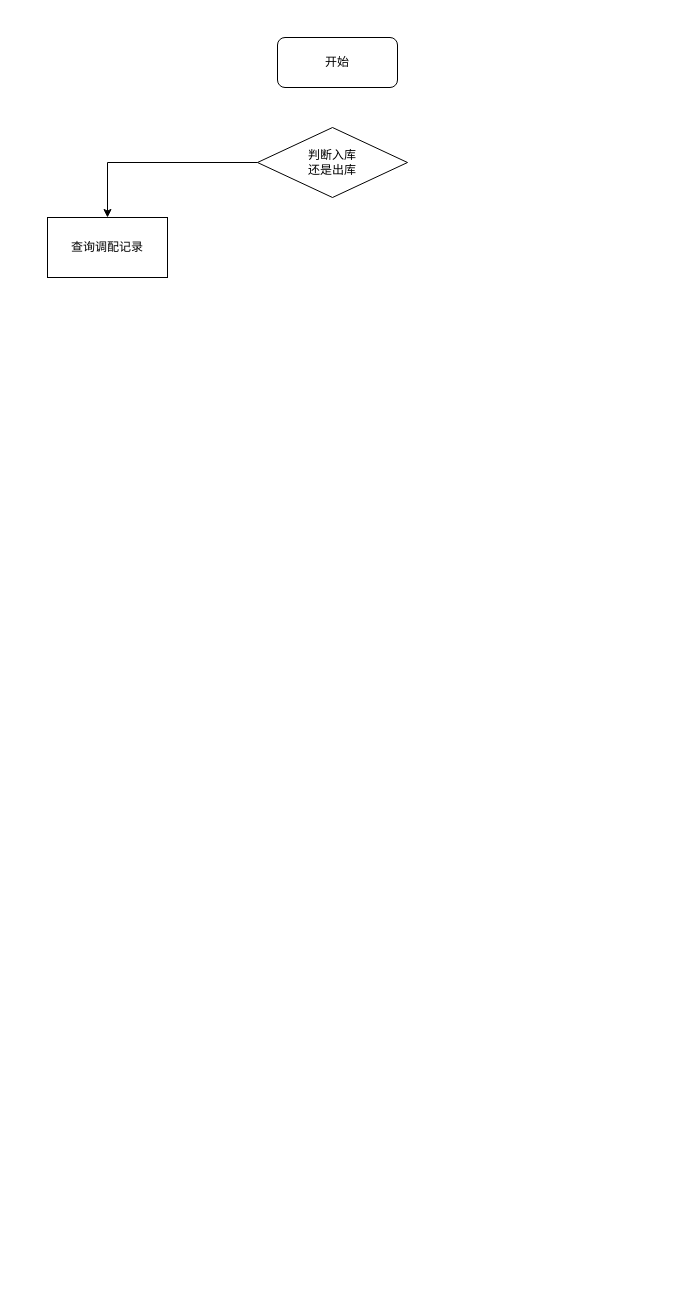
Above: 物品出入库.drawio in messi122/picture (draw.io), before the change. Source tidied: cells renumbered, new cells numbered last; positions are measured from the earlier drawing's top-left corner, leaving out a move shared by most shapes. Both pictures are drawn from the tidied source at 100%, with x=0, y=0 at pixel (47, 37).
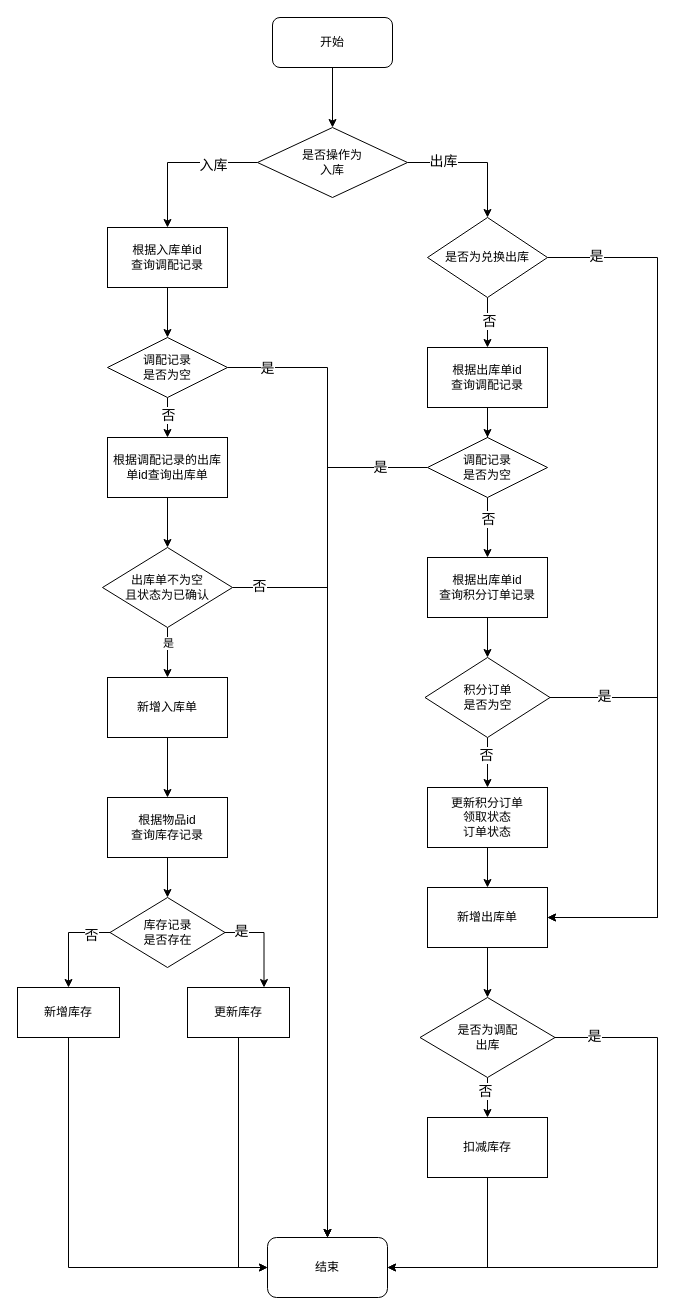
The same diagram, later.

Commit message (it also covers changes not shown here):
更新物品出入库.drawio

Unchanged cells that the change refers to:
```xml
<mxCell id="3" style="edgeStyle=orthogonalEdgeStyle;rounded=0;jettySize=auto;html=1;exitX=0;exitY=0.5;exitDx=0;exitDy=0;entryX=0.5;entryY=0;entryDx=0;entryDy=0;" parent="1" edge="1" source="4" target="5">
  <mxGeometry relative="1" as="geometry" />
</mxCell>
```

The edit, as a diff of the source:
```diff
@@
+    <mxCell id="6" style="edgeStyle=orthogonalEdgeStyle;rounded=0;jettySize=auto;html=1;" parent="1" edge="1" source="2" target="4">
+      <mxGeometry relative="1" as="geometry" />
+    </mxCell>
     <mxCell id="2" value="开始" style="rounded=1;whiteSpace=wrap;html=1;" parent="1" vertex="1">
-      <mxGeometry x="230" width="120" height="50" as="geometry" />
+      <mxGeometry x="225" y="-20" width="120" height="50" as="geometry" />
     </mxCell>
@@
+    <mxCell id="7" value="入库" style="edgeLabel;html=1;align=center;verticalAlign=middle;fontSize=14;" parent="3" vertex="1">
+      <mxGeometry x="-0.42" y="2" relative="1" as="geometry" />
+    </mxCell>
+    <mxCell id="8" style="edgeStyle=orthogonalEdgeStyle;rounded=0;jettySize=auto;html=1;exitX=1;exitY=0.5;exitDx=0;exitDy=0;entryX=0.5;entryY=0;entryDx=0;entryDy=0;" parent="1" edge="1" source="4" target="33">
+      <mxGeometry relative="1" as="geometry" />
+    </mxCell>
+    <mxCell id="9" value="出库" style="edgeLabel;html=1;align=center;verticalAlign=middle;fontSize=14;" parent="8" vertex="1">
+      <mxGeometry x="-0.48" y="2" relative="1" as="geometry" />
+    </mxCell>
-    <mxCell id="4" value="判断入库&lt;div&gt;还是出库&lt;/div&gt;" style="rhombus;whiteSpace=wrap;html=1;" parent="1" vertex="1">
+    <mxCell id="4" value="是否操作为&lt;div&gt;入库&lt;/div&gt;" style="rhombus;whiteSpace=wrap;html=1;" parent="1" vertex="1">
       <mxGeometry x="210" y="90" width="150" height="70" as="geometry" />
     </mxCell>
+    <mxCell id="10" style="edgeStyle=orthogonalEdgeStyle;rounded=0;jettySize=auto;html=1;" parent="1" edge="1" source="5" target="17">
+      <mxGeometry relative="1" as="geometry" />
+    </mxCell>
-    <mxCell id="5" value="查询调配记录" style="rounded=0;whiteSpace=wrap;html=1;" parent="1" vertex="1">
-      <mxGeometry y="180" width="120" height="60" as="geometry" />
+    <mxCell id="5" value="根据入库单id&lt;div&gt;查询调配记录&lt;/div&gt;" style="rounded=0;whiteSpace=wrap;html=1;" parent="1" vertex="1">
+      <mxGeometry x="60" y="190" width="120" height="60" as="geometry" />
     </mxCell>
+    <mxCell id="11" style="edgeStyle=orthogonalEdgeStyle;rounded=0;jettySize=auto;html=1;" parent="1" edge="1" source="67">
+      <mxGeometry relative="1" as="geometry">
+        <mxPoint x="440" y="420" as="targetPoint" />
+      </mxGeometry>
+    </mxCell>
+    <mxCell id="12" value="根据出库单id&lt;div&gt;查询调配记录&lt;/div&gt;" style="rounded=0;whiteSpace=wrap;html=1;" parent="1" vertex="1">
+      <mxGeometry x="380" y="310" width="120" height="60" as="geometry" />
+    </mxCell>
+    <mxCell id="13" style="edgeStyle=orthogonalEdgeStyle;rounded=0;jettySize=auto;html=1;" parent="1" edge="1" source="17" target="19">
+      <mxGeometry relative="1" as="geometry" />
+    </mxCell>
+    <mxCell id="14" value="否" style="edgeLabel;html=1;align=center;verticalAlign=middle;fontSize=14;" parent="13" vertex="1">
+      <mxGeometry x="-0.15" relative="1" as="geometry" />
+    </mxCell>
+    <mxCell id="15" style="edgeStyle=orthogonalEdgeStyle;rounded=0;jettySize=auto;html=1;exitX=1;exitY=0.5;exitDx=0;exitDy=0;entryX=0.5;entryY=0;entryDx=0;entryDy=0;" parent="1" edge="1" source="17" target="58">
+      <mxGeometry relative="1" as="geometry" />
+    </mxCell>
+    <mxCell id="16" value="是" style="edgeLabel;html=1;align=center;verticalAlign=middle;fontSize=14;" parent="15" vertex="1">
+      <mxGeometry x="-0.92" relative="1" as="geometry" />
+    </mxCell>
+    <mxCell id="17" value="调配记录&lt;div&gt;是否为空&lt;/div&gt;" style="rhombus;whiteSpace=wrap;html=1;" parent="1" vertex="1">
+      <mxGeometry x="60" y="300" width="120" height="60" as="geometry" />
+    </mxCell>
+    <mxCell id="18" style="edgeStyle=orthogonalEdgeStyle;rounded=0;jettySize=auto;html=1;" parent="1" edge="1" source="19" target="24">
+      <mxGeometry relative="1" as="geometry" />
+    </mxCell>
+    <mxCell id="19" value="根据调配记录的出库单id查询出库单" style="rounded=0;whiteSpace=wrap;html=1;" parent="1" vertex="1">
+      <mxGeometry x="60" y="400" width="120" height="60" as="geometry" />
+    </mxCell>
+    <mxCell id="20" style="edgeStyle=orthogonalEdgeStyle;rounded=0;jettySize=auto;html=1;" parent="1" edge="1" source="24" target="44">
+      <mxGeometry relative="1" as="geometry" />
+    </mxCell>
+    <mxCell id="21" value="是" style="edgeLabel;html=1;align=center;verticalAlign=middle;" parent="20" vertex="1">
+      <mxGeometry x="-0.4" relative="1" as="geometry" />
+    </mxCell>
+    <mxCell id="22" style="edgeStyle=orthogonalEdgeStyle;rounded=0;jettySize=auto;html=1;exitX=1;exitY=0.5;exitDx=0;exitDy=0;entryX=0.5;entryY=0;entryDx=0;entryDy=0;" parent="1" edge="1" source="24" target="58">
+      <mxGeometry relative="1" as="geometry" />
+    </mxCell>
+    <mxCell id="23" value="否" style="edgeLabel;html=1;align=center;verticalAlign=middle;fontSize=14;" parent="22" vertex="1">
+      <mxGeometry x="-0.93" y="2" relative="1" as="geometry" />
+    </mxCell>
+    <mxCell id="24" value="出库单不为空&lt;div&gt;且状态为已确认&lt;/div&gt;" style="rhombus;whiteSpace=wrap;html=1;" parent="1" vertex="1">
+      <mxGeometry x="55" y="510" width="130" height="80" as="geometry" />
+    </mxCell>
+    <mxCell id="25" style="edgeStyle=orthogonalEdgeStyle;rounded=0;jettySize=auto;html=1;" parent="1" edge="1" source="67" target="35">
+      <mxGeometry relative="1" as="geometry" />
+    </mxCell>
+    <mxCell id="26" value="否" style="edgeLabel;html=1;align=center;verticalAlign=middle;fontSize=14;" parent="25" vertex="1">
+      <mxGeometry x="-0.3" relative="1" as="geometry" />
+    </mxCell>
+    <mxCell id="27" style="edgeStyle=orthogonalEdgeStyle;rounded=0;jettySize=auto;html=1;exitX=0;exitY=0.5;exitDx=0;exitDy=0;entryX=0.5;entryY=0;entryDx=0;entryDy=0;" parent="1" edge="1" source="67" target="58">
+      <mxGeometry relative="1" as="geometry" />
+    </mxCell>
+    <mxCell id="28" value="是" style="edgeLabel;html=1;align=center;verticalAlign=middle;fontSize=14;" parent="27" vertex="1">
+      <mxGeometry x="-0.89" y="-1" relative="1" as="geometry" />
+    </mxCell>
+    <mxCell id="29" style="edgeStyle=orthogonalEdgeStyle;rounded=0;jettySize=auto;html=1;exitX=0.5;exitY=1;exitDx=0;exitDy=0;entryX=0.5;entryY=0;entryDx=0;entryDy=0;" parent="1" edge="1" source="33" target="12">
+      <mxGeometry relative="1" as="geometry" />
+    </mxCell>
+    <mxCell id="30" value="否" style="edgeLabel;html=1;align=center;verticalAlign=middle;fontSize=14;" parent="29" vertex="1">
+      <mxGeometry x="-0.08" y="1" relative="1" as="geometry" />
+    </mxCell>
+    <mxCell id="31" style="edgeStyle=orthogonalEdgeStyle;rounded=0;jettySize=auto;html=1;exitX=1;exitY=0.5;exitDx=0;exitDy=0;entryX=1;entryY=0.5;entryDx=0;entryDy=0;" parent="1" edge="1" source="33" target="46">
+      <mxGeometry relative="1" as="geometry">
+        <Array as="points">
+          <mxPoint x="610" y="220" />
+          <mxPoint x="610" y="880" />
+        </Array>
+      </mxGeometry>
+    </mxCell>
+    <mxCell id="32" value="是" style="edgeLabel;html=1;align=center;verticalAlign=middle;fontSize=14;" parent="31" vertex="1">
+      <mxGeometry x="-0.89" y="2" relative="1" as="geometry" />
+    </mxCell>
+    <mxCell id="33" value="是否为兑换出库" style="rhombus;whiteSpace=wrap;html=1;" parent="1" vertex="1">
+      <mxGeometry x="380" y="180" width="120" height="80" as="geometry" />
+    </mxCell>
+    <mxCell id="34" style="edgeStyle=orthogonalEdgeStyle;rounded=0;jettySize=auto;html=1;" parent="1" edge="1" source="35" target="40">
+      <mxGeometry relative="1" as="geometry" />
+    </mxCell>
+    <mxCell id="35" value="根据出库单id&lt;div&gt;查询积分订单记录&lt;/div&gt;" style="rounded=0;whiteSpace=wrap;html=1;" parent="1" vertex="1">
+      <mxGeometry x="380" y="520" width="120" height="60" as="geometry" />
+    </mxCell>
+    <mxCell id="36" style="edgeStyle=orthogonalEdgeStyle;rounded=0;jettySize=auto;html=1;" parent="1" edge="1" source="40" target="42">
+      <mxGeometry relative="1" as="geometry" />
+    </mxCell>
+    <mxCell id="37" value="否" style="edgeLabel;html=1;align=center;verticalAlign=middle;fontSize=14;" parent="36" vertex="1">
+      <mxGeometry x="-0.32" y="-2" relative="1" as="geometry" />
+    </mxCell>
+    <mxCell id="38" style="edgeStyle=orthogonalEdgeStyle;rounded=0;jettySize=auto;html=1;exitX=1;exitY=0.5;exitDx=0;exitDy=0;entryX=1;entryY=0.5;entryDx=0;entryDy=0;" parent="1" edge="1" source="40" target="46">
+      <mxGeometry relative="1" as="geometry">
+        <Array as="points">
+          <mxPoint x="610" y="660" />
+          <mxPoint x="610" y="880" />
+        </Array>
+      </mxGeometry>
+    </mxCell>
+    <mxCell id="39" value="是" style="edgeLabel;html=1;align=center;verticalAlign=middle;fontSize=14;" parent="38" vertex="1">
+      <mxGeometry x="-0.76" y="2" relative="1" as="geometry">
+        <mxPoint x="1" as="offset" />
+      </mxGeometry>
+    </mxCell>
+    <mxCell id="40" value="积分订单&lt;div&gt;是否为空&lt;/div&gt;" style="rhombus;whiteSpace=wrap;html=1;" parent="1" vertex="1">
+      <mxGeometry x="377.5" y="620" width="125" height="80" as="geometry" />
+    </mxCell>
+    <mxCell id="41" style="edgeStyle=orthogonalEdgeStyle;rounded=0;jettySize=auto;html=1;" parent="1" edge="1" source="42" target="46">
+      <mxGeometry relative="1" as="geometry" />
+    </mxCell>
+    <mxCell id="42" value="更新积分订单&lt;div&gt;领取状态&lt;/div&gt;&lt;div&gt;订单状态&lt;/div&gt;" style="rounded=0;whiteSpace=wrap;html=1;" parent="1" vertex="1">
+      <mxGeometry x="380" y="750" width="120" height="60" as="geometry" />
+    </mxCell>
+    <mxCell id="43" style="edgeStyle=orthogonalEdgeStyle;rounded=0;jettySize=auto;html=1;" parent="1" edge="1" source="44" target="48">
+      <mxGeometry relative="1" as="geometry" />
+    </mxCell>
+    <mxCell id="44" value="新增入库单" style="rounded=0;whiteSpace=wrap;html=1;" parent="1" vertex="1">
+      <mxGeometry x="60" y="640" width="120" height="60" as="geometry" />
+    </mxCell>
+    <mxCell id="45" style="edgeStyle=orthogonalEdgeStyle;rounded=0;jettySize=auto;html=1;" parent="1" edge="1" source="46" target="63">
+      <mxGeometry relative="1" as="geometry" />
+    </mxCell>
+    <mxCell id="46" value="新增出库单" style="rounded=0;whiteSpace=wrap;html=1;" parent="1" vertex="1">
+      <mxGeometry x="380" y="850" width="120" height="60" as="geometry" />
+    </mxCell>
+    <mxCell id="47" style="edgeStyle=orthogonalEdgeStyle;rounded=0;jettySize=auto;html=1;" parent="1" edge="1" source="48" target="53">
+      <mxGeometry relative="1" as="geometry" />
+    </mxCell>
+    <mxCell id="48" value="根据物品id&lt;div&gt;查询库存记录&lt;/div&gt;" style="rounded=0;whiteSpace=wrap;html=1;" parent="1" vertex="1">
+      <mxGeometry x="60" y="760" width="120" height="60" as="geometry" />
+    </mxCell>
+    <mxCell id="49" style="edgeStyle=orthogonalEdgeStyle;rounded=0;jettySize=auto;html=1;exitX=1;exitY=0.5;exitDx=0;exitDy=0;entryX=0.75;entryY=0;entryDx=0;entryDy=0;" parent="1" edge="1" source="53" target="55">
+      <mxGeometry relative="1" as="geometry" />
+    </mxCell>
+    <mxCell id="50" value="是" style="edgeLabel;html=1;align=center;verticalAlign=middle;fontSize=14;" parent="49" vertex="1">
+      <mxGeometry x="-0.69" y="2" relative="1" as="geometry">
+        <mxPoint x="1" as="offset" />
+      </mxGeometry>
+    </mxCell>
+    <mxCell id="51" style="edgeStyle=orthogonalEdgeStyle;rounded=0;jettySize=auto;html=1;exitX=0;exitY=0.5;exitDx=0;exitDy=0;entryX=0.5;entryY=0;entryDx=0;entryDy=0;" parent="1" edge="1" source="53" target="57">
+      <mxGeometry relative="1" as="geometry" />
+    </mxCell>
+    <mxCell id="52" value="否" style="edgeLabel;html=1;align=center;verticalAlign=middle;fontSize=14;" parent="51" vertex="1">
+      <mxGeometry x="-0.6" y="2" relative="1" as="geometry" />
+    </mxCell>
+    <mxCell id="53" value="库存记录&lt;div&gt;是否存在&lt;/div&gt;" style="rhombus;whiteSpace=wrap;html=1;" parent="1" vertex="1">
+      <mxGeometry x="62.5" y="860" width="115" height="70" as="geometry" />
+    </mxCell>
+    <mxCell id="54" style="edgeStyle=orthogonalEdgeStyle;rounded=0;jettySize=auto;html=1;exitX=0.5;exitY=1;exitDx=0;exitDy=0;entryX=0;entryY=0.5;entryDx=0;entryDy=0;" parent="1" edge="1" source="55" target="58">
+      <mxGeometry relative="1" as="geometry" />
+    </mxCell>
+    <mxCell id="55" value="更新库存" style="rounded=0;whiteSpace=wrap;html=1;" parent="1" vertex="1">
+      <mxGeometry x="140" y="950" width="102" height="50" as="geometry" />
+    </mxCell>
+    <mxCell id="56" style="edgeStyle=orthogonalEdgeStyle;rounded=0;jettySize=auto;html=1;exitX=0.5;exitY=1;exitDx=0;exitDy=0;entryX=0;entryY=0.5;entryDx=0;entryDy=0;" parent="1" edge="1" source="57" target="58">
+      <mxGeometry relative="1" as="geometry" />
+    </mxCell>
+    <mxCell id="57" value="新增库存" style="rounded=0;whiteSpace=wrap;html=1;" parent="1" vertex="1">
+      <mxGeometry x="-30" y="950" width="102" height="50" as="geometry" />
+    </mxCell>
+    <mxCell id="58" value="结束" style="rounded=1;whiteSpace=wrap;html=1;" parent="1" vertex="1">
+      <mxGeometry x="220" y="1200" width="120" height="60" as="geometry" />
+    </mxCell>
+    <mxCell id="59" style="edgeStyle=orthogonalEdgeStyle;rounded=0;jettySize=auto;html=1;" parent="1" edge="1" source="63" target="65">
+      <mxGeometry relative="1" as="geometry" />
+    </mxCell>
+    <mxCell id="60" value="否" style="edgeLabel;html=1;align=center;verticalAlign=middle;fontSize=14;" parent="59" vertex="1">
+      <mxGeometry x="-0.35" y="-3" relative="1" as="geometry" />
+    </mxCell>
+    <mxCell id="61" style="edgeStyle=orthogonalEdgeStyle;rounded=0;jettySize=auto;html=1;exitX=1;exitY=0.5;exitDx=0;exitDy=0;entryX=1;entryY=0.5;entryDx=0;entryDy=0;" parent="1" edge="1" source="63" target="58">
+      <mxGeometry relative="1" as="geometry">
+        <Array as="points">
+          <mxPoint x="610" y="1000" />
+          <mxPoint x="610" y="1230" />
+        </Array>
+      </mxGeometry>
+    </mxCell>
+    <mxCell id="62" value="是" style="edgeLabel;html=1;align=center;verticalAlign=middle;fontSize=14;" parent="61" vertex="1">
+      <mxGeometry x="-0.87" y="2" relative="1" as="geometry" />
+    </mxCell>
+    <mxCell id="63" value="是否为调配&lt;div&gt;出库&lt;/div&gt;" style="rhombus;whiteSpace=wrap;html=1;" parent="1" vertex="1">
+      <mxGeometry x="372.5" y="960" width="135" height="80" as="geometry" />
+    </mxCell>
+    <mxCell id="64" style="edgeStyle=orthogonalEdgeStyle;rounded=0;jettySize=auto;html=1;exitX=0.5;exitY=1;exitDx=0;exitDy=0;entryX=1;entryY=0.5;entryDx=0;entryDy=0;" parent="1" edge="1" source="65" target="58">
+      <mxGeometry relative="1" as="geometry" />
+    </mxCell>
+    <mxCell id="65" value="扣减库存" style="rounded=0;whiteSpace=wrap;html=1;" parent="1" vertex="1">
+      <mxGeometry x="380" y="1080" width="120" height="60" as="geometry" />
+    </mxCell>
+    <mxCell id="66" style="edgeStyle=orthogonalEdgeStyle;rounded=0;jettySize=auto;html=1;" parent="1" edge="1" source="12" target="67">
+      <mxGeometry relative="1" as="geometry" />
+    </mxCell>
+    <mxCell id="67" value="调配记录&lt;div&gt;是否为空&lt;/div&gt;" style="rhombus;whiteSpace=wrap;html=1;" parent="1" vertex="1">
+      <mxGeometry x="380" y="400" width="120" height="60" as="geometry" />
+    </mxCell>
```
